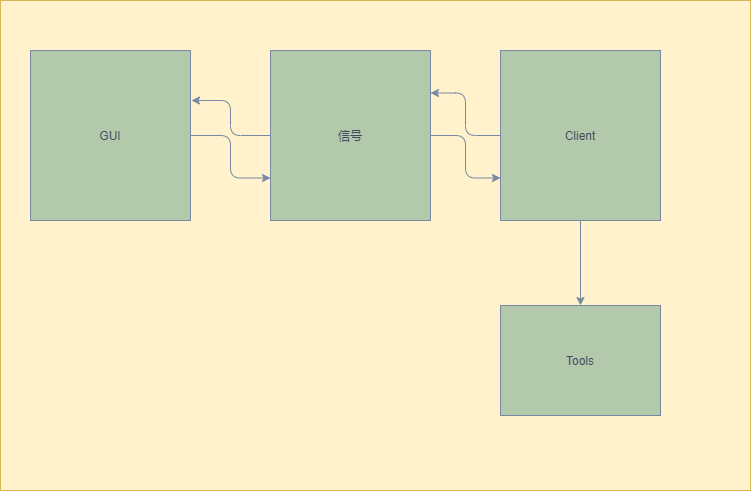
Before: doc/images/架构图.png, a diagram exported from draw.io (dezhishen/im-gui-pyqt5). Source tidied: cells renumbered, new cells last; positions are measured from the earlier drawing's top-left corner, leaving out a move shared by most shapes. The source it was exported from:
```xml
<mxGraphModel>
  <root>
    <mxCell id="0" />
    <mxCell id="1" parent="0" />
    <mxCell id="2" style="rounded=0;whiteSpace=wrap;html=1;sketch=0;fillColor=#fff2cc;strokeColor=#d6b656;" parent="1" vertex="1">
      <mxGeometry width="750" height="490" as="geometry" />
    </mxCell>
    <mxCell id="3" style="edgeStyle=orthogonalEdgeStyle;curved=0;rounded=1;sketch=0;jettySize=auto;html=1;entryX=0;entryY=0.75;entryDx=0;entryDy=0;fontColor=#46495D;strokeColor=#788AA3;fillColor=#B2C9AB;" parent="1" edge="1" source="4" target="7">
      <mxGeometry relative="1" as="geometry" />
    </mxCell>
    <mxCell id="4" value="GUI" style="rounded=0;whiteSpace=wrap;html=1;sketch=0;fontColor=#46495D;strokeColor=#788AA3;fillColor=#B2C9AB;" parent="1" vertex="1">
      <mxGeometry x="30" y="50" width="160" height="170" as="geometry" />
    </mxCell>
    <mxCell id="5" style="edgeStyle=orthogonalEdgeStyle;curved=0;rounded=1;sketch=0;jettySize=auto;html=1;entryX=1.006;entryY=0.294;entryDx=0;entryDy=0;entryPerimeter=0;fontColor=#46495D;strokeColor=#788AA3;fillColor=#B2C9AB;" parent="1" edge="1" source="7" target="4">
      <mxGeometry relative="1" as="geometry" />
    </mxCell>
    <mxCell id="6" style="edgeStyle=orthogonalEdgeStyle;curved=0;rounded=1;sketch=0;jettySize=auto;html=1;entryX=0;entryY=0.75;entryDx=0;entryDy=0;fontColor=#46495D;strokeColor=#788AA3;fillColor=#B2C9AB;" parent="1" edge="1" source="7" target="10">
      <mxGeometry relative="1" as="geometry" />
    </mxCell>
    <mxCell id="7" value="信号" style="rounded=0;whiteSpace=wrap;html=1;sketch=0;fontColor=#46495D;strokeColor=#788AA3;fillColor=#B2C9AB;" parent="1" vertex="1">
      <mxGeometry x="270" y="50" width="160" height="170" as="geometry" />
    </mxCell>
    <mxCell id="8" style="edgeStyle=orthogonalEdgeStyle;curved=0;rounded=1;sketch=0;jettySize=auto;html=1;entryX=1;entryY=0.25;entryDx=0;entryDy=0;fontColor=#46495D;strokeColor=#788AA3;fillColor=#B2C9AB;" parent="1" edge="1" source="10" target="7">
      <mxGeometry relative="1" as="geometry" />
    </mxCell>
    <mxCell id="9" style="edgeStyle=orthogonalEdgeStyle;curved=0;rounded=1;sketch=0;jettySize=auto;html=1;entryX=0.5;entryY=0;entryDx=0;entryDy=0;fontColor=#46495D;strokeColor=#788AA3;fillColor=#B2C9AB;" parent="1" edge="1" source="10" target="11">
      <mxGeometry relative="1" as="geometry" />
    </mxCell>
    <mxCell id="10" value="Client" style="rounded=0;whiteSpace=wrap;html=1;sketch=0;fontColor=#46495D;strokeColor=#788AA3;fillColor=#B2C9AB;" parent="1" vertex="1">
      <mxGeometry x="500" y="50" width="160" height="170" as="geometry" />
    </mxCell>
    <mxCell id="11" value="Tools&lt;br&gt;" style="rounded=0;whiteSpace=wrap;html=1;sketch=0;fontColor=#46495D;strokeColor=#788AA3;fillColor=#B2C9AB;" parent="1" vertex="1">
      <mxGeometry x="500" y="305" width="160" height="110" as="geometry" />
    </mxCell>
  </root>
</mxGraphModel>
```
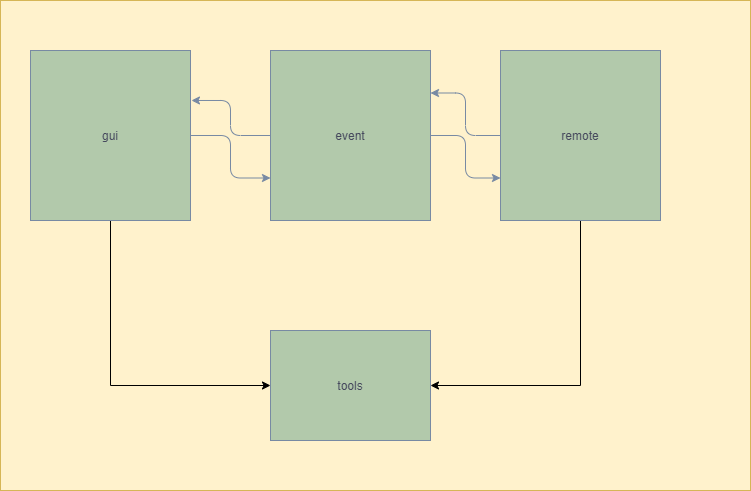
Above is the later version.

Change to the diagram source:
```diff
@@ -8,7 +8,14 @@
     <mxCell id="3" style="edgeStyle=orthogonalEdgeStyle;curved=0;rounded=1;sketch=0;jettySize=auto;html=1;entryX=0;entryY=0.75;entryDx=0;entryDy=0;fontColor=#46495D;strokeColor=#788AA3;fillColor=#B2C9AB;" parent="1" edge="1" source="4" target="7">
       <mxGeometry relative="1" as="geometry" />
     </mxCell>
+    <mxCell id="12" style="edgeStyle=orthogonalEdgeStyle;rounded=0;jettySize=auto;html=1;entryX=0;entryY=0.5;entryDx=0;entryDy=0;" parent="1" edge="1" source="4" target="11">
+      <mxGeometry relative="1" as="geometry">
+        <Array as="points">
+          <mxPoint x="110" y="385" />
+        </Array>
+      </mxGeometry>
+    </mxCell>
-    <mxCell id="4" value="GUI" style="rounded=0;whiteSpace=wrap;html=1;sketch=0;fontColor=#46495D;strokeColor=#788AA3;fillColor=#B2C9AB;" parent="1" vertex="1">
+    <mxCell id="4" value="gui" style="rounded=0;whiteSpace=wrap;html=1;sketch=0;fontColor=#46495D;strokeColor=#788AA3;fillColor=#B2C9AB;" parent="1" vertex="1">
       <mxGeometry x="30" y="50" width="160" height="170" as="geometry" />
     </mxCell>
     <mxCell id="5" style="edgeStyle=orthogonalEdgeStyle;curved=0;rounded=1;sketch=0;jettySize=auto;html=1;entryX=1.006;entryY=0.294;entryDx=0;entryDy=0;entryPerimeter=0;fontColor=#46495D;strokeColor=#788AA3;fillColor=#B2C9AB;" parent="1" edge="1" source="7" target="4">
@@ -17,20 +24,24 @@
     <mxCell id="6" style="edgeStyle=orthogonalEdgeStyle;curved=0;rounded=1;sketch=0;jettySize=auto;html=1;entryX=0;entryY=0.75;entryDx=0;entryDy=0;fontColor=#46495D;strokeColor=#788AA3;fillColor=#B2C9AB;" parent="1" edge="1" source="7" target="10">
       <mxGeometry relative="1" as="geometry" />
     </mxCell>
-    <mxCell id="7" value="信号" style="rounded=0;whiteSpace=wrap;html=1;sketch=0;fontColor=#46495D;strokeColor=#788AA3;fillColor=#B2C9AB;" parent="1" vertex="1">
+    <mxCell id="7" value="event" style="rounded=0;whiteSpace=wrap;html=1;sketch=0;fontColor=#46495D;strokeColor=#788AA3;fillColor=#B2C9AB;" parent="1" vertex="1">
       <mxGeometry x="270" y="50" width="160" height="170" as="geometry" />
     </mxCell>
     <mxCell id="8" style="edgeStyle=orthogonalEdgeStyle;curved=0;rounded=1;sketch=0;jettySize=auto;html=1;entryX=1;entryY=0.25;entryDx=0;entryDy=0;fontColor=#46495D;strokeColor=#788AA3;fillColor=#B2C9AB;" parent="1" edge="1" source="10" target="7">
       <mxGeometry relative="1" as="geometry" />
     </mxCell>
-    <mxCell id="9" style="edgeStyle=orthogonalEdgeStyle;curved=0;rounded=1;sketch=0;jettySize=auto;html=1;entryX=0.5;entryY=0;entryDx=0;entryDy=0;fontColor=#46495D;strokeColor=#788AA3;fillColor=#B2C9AB;" parent="1" edge="1" source="10" target="11">
-      <mxGeometry relative="1" as="geometry" />
+    <mxCell id="9" style="edgeStyle=orthogonalEdgeStyle;rounded=0;jettySize=auto;html=1;entryX=1;entryY=0.5;entryDx=0;entryDy=0;" parent="1" edge="1" source="10" target="11">
+      <mxGeometry relative="1" as="geometry">
+        <Array as="points">
+          <mxPoint x="580" y="385" />
+        </Array>
+      </mxGeometry>
     </mxCell>
-    <mxCell id="10" value="Client" style="rounded=0;whiteSpace=wrap;html=1;sketch=0;fontColor=#46495D;strokeColor=#788AA3;fillColor=#B2C9AB;" parent="1" vertex="1">
+    <mxCell id="10" value="remote" style="rounded=0;whiteSpace=wrap;html=1;sketch=0;fontColor=#46495D;strokeColor=#788AA3;fillColor=#B2C9AB;" parent="1" vertex="1">
       <mxGeometry x="500" y="50" width="160" height="170" as="geometry" />
     </mxCell>
-    <mxCell id="11" value="Tools&lt;br&gt;" style="rounded=0;whiteSpace=wrap;html=1;sketch=0;fontColor=#46495D;strokeColor=#788AA3;fillColor=#B2C9AB;" parent="1" vertex="1">
-      <mxGeometry x="500" y="305" width="160" height="110" as="geometry" />
+    <mxCell id="11" value="tools" style="rounded=0;whiteSpace=wrap;html=1;sketch=0;fontColor=#46495D;strokeColor=#788AA3;fillColor=#B2C9AB;" parent="1" vertex="1">
+      <mxGeometry x="270" y="330" width="160" height="110" as="geometry" />
     </mxCell>
   </root>
 </mxGraphModel>
```
